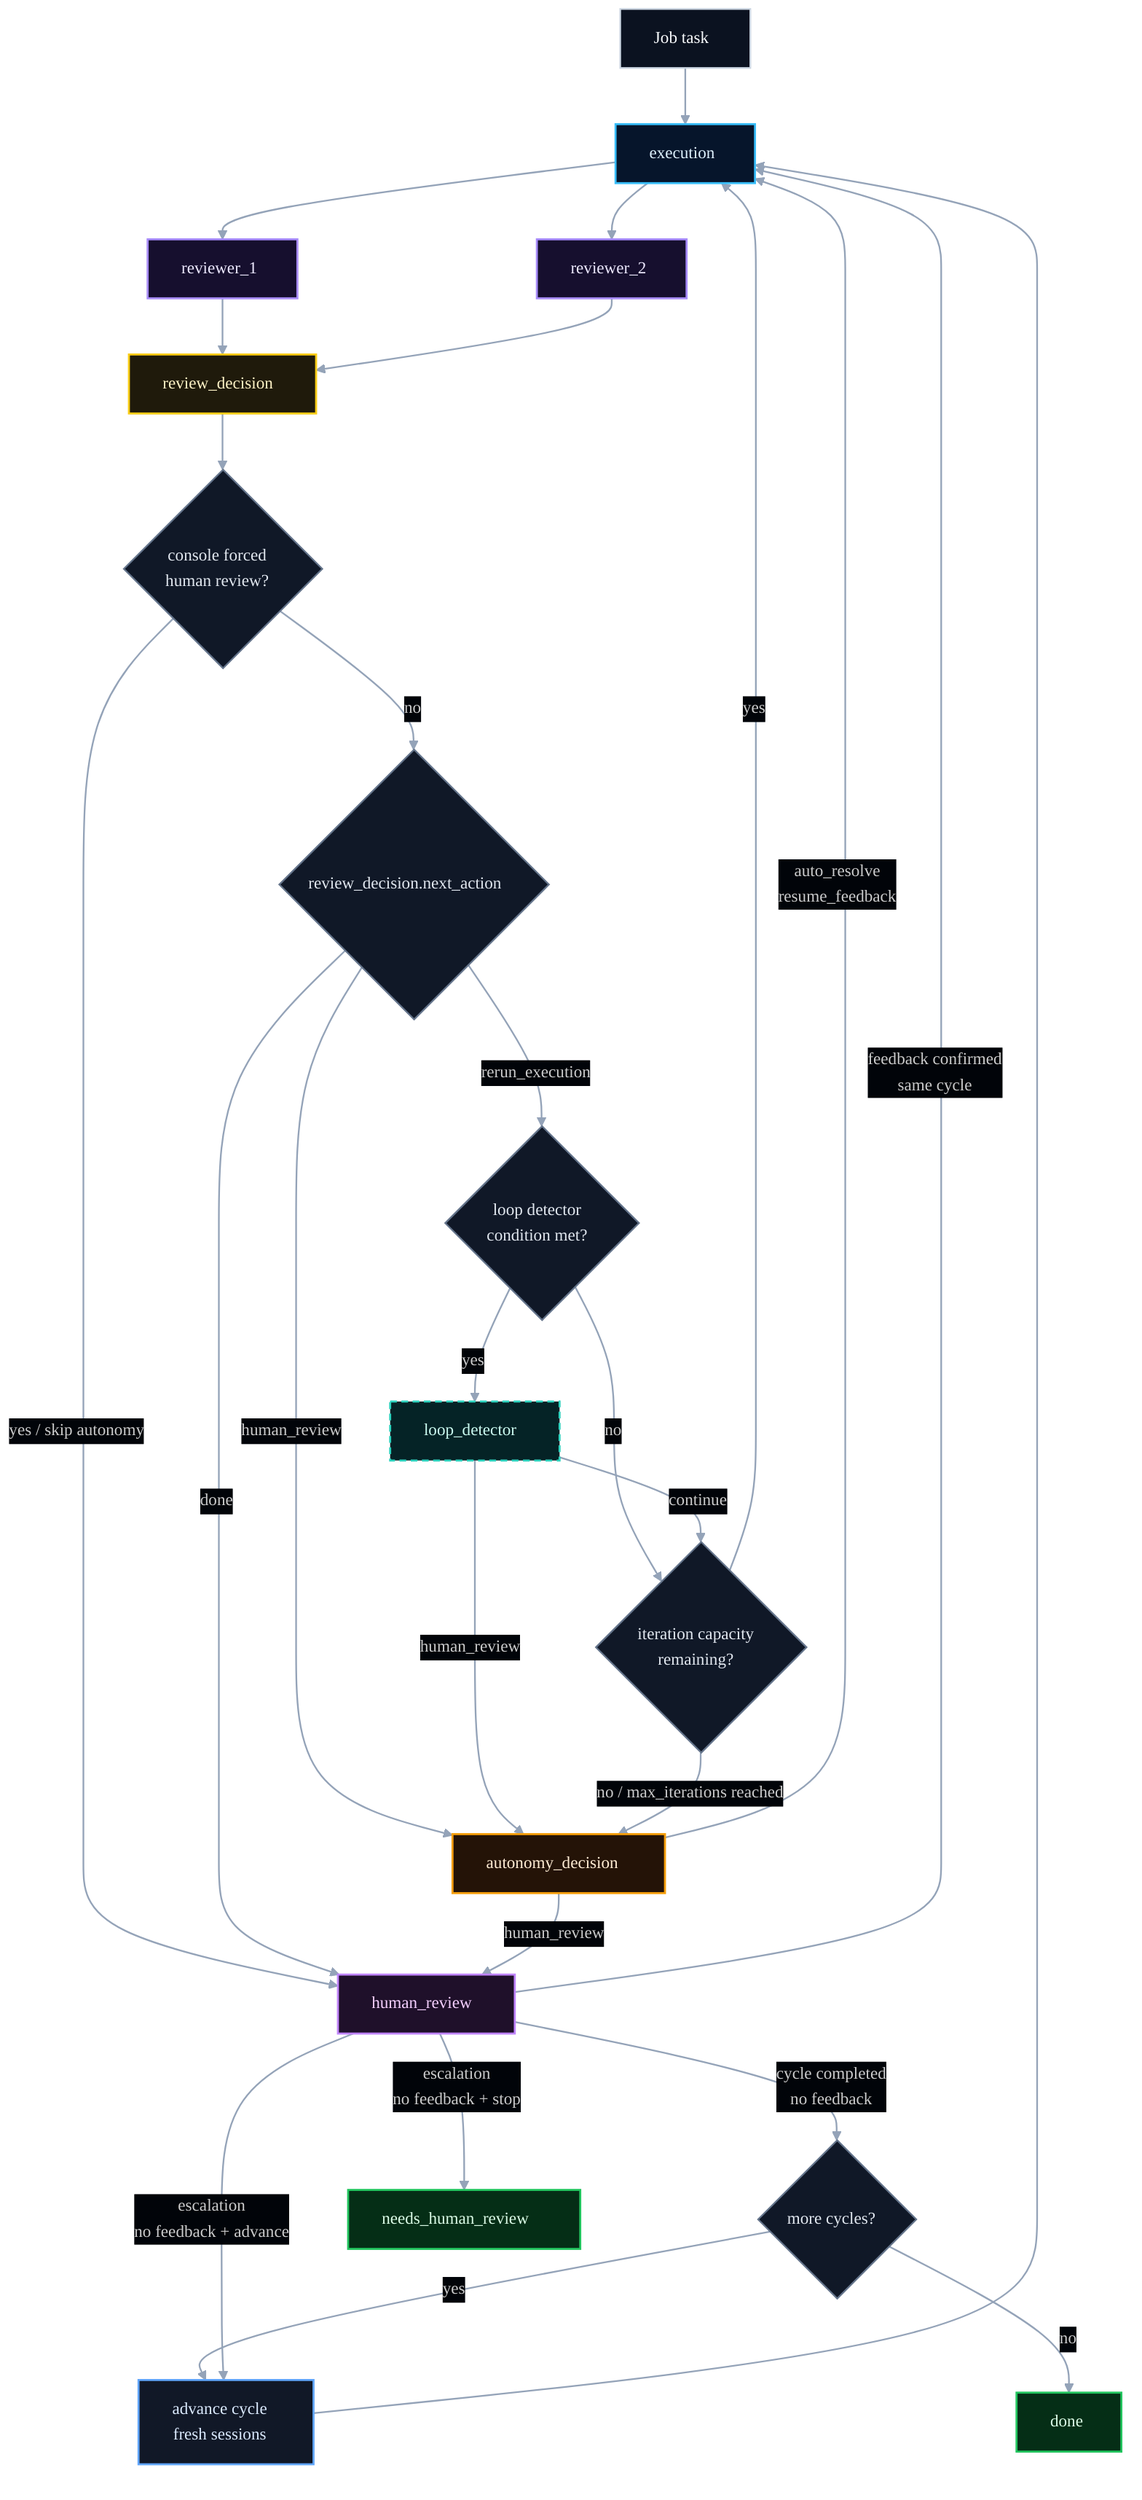
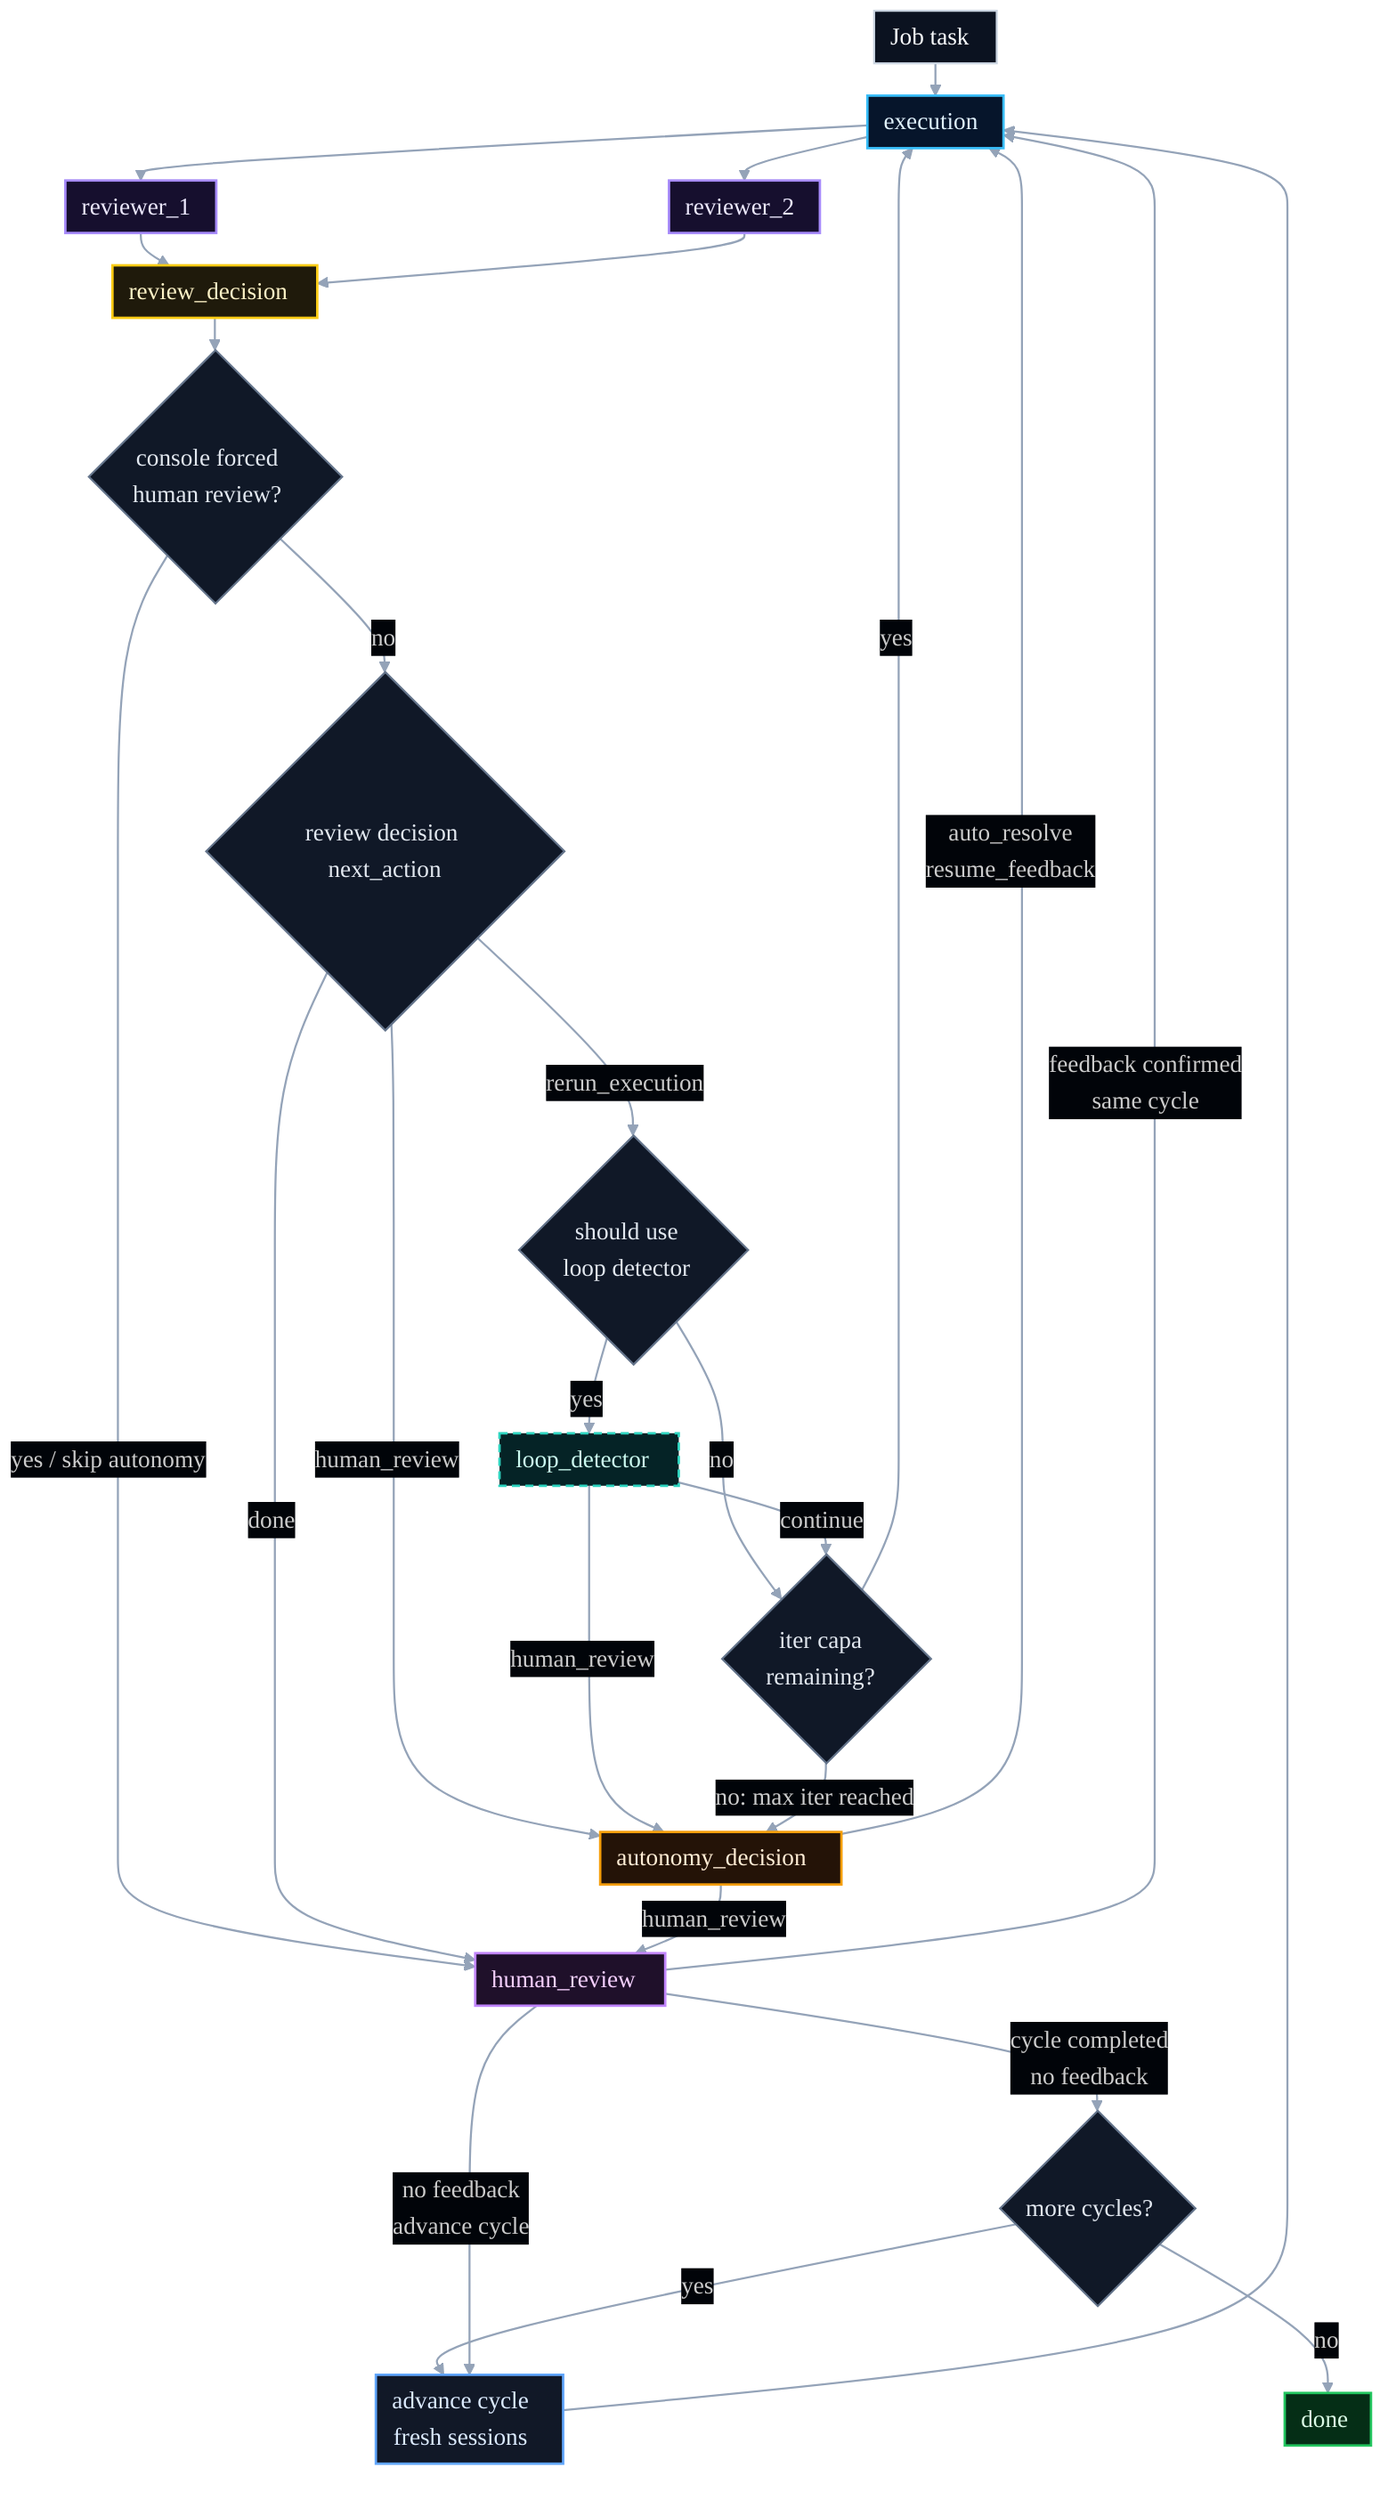
- %%{init: {"theme":"dark","themeVariables":{"background":"#010409","primaryColor":"#0f172a","primaryTextColor":"#f8fafc","primaryBorderColor":"#64748b","lineColor":"#94a3b8","secondaryColor":"#111827","tertiaryColor":"#010409","edgeLabelBackground":"#010409","fontFamily":"Inter, ui-sans-serif, system-ui, -apple-system, BlinkMacSystemFont, Segoe UI, sans-serif","fontSize":"15px"},"flowchart":{"htmlLabels":true,"curve":"basis"}}}%%
+ %%{init: {"theme":"dark","themeVariables":{"background":"#010409","primaryColor":"#0f172a","primaryTextColor":"#f8fafc","primaryBorderColor":"#64748b","lineColor":"#94a3b8","secondaryColor":"#111827","tertiaryColor":"#010409","edgeLabelBackground":"#010409","fontFamily":"Inter, ui-sans-serif, system-ui, -apple-system, BlinkMacSystemFont, Segoe UI, sans-serif","fontSize":"18px"},"flowchart":{"htmlLabels":true,"curve":"basis","nodeSpacing":20,"rankSpacing":24,"padding":6}}}%%
flowchart TD
    job[Job task] --> execution[execution]

    execution --> reviewer_1[reviewer_1]
    execution --> reviewer_2[reviewer_2]
    reviewer_1 --> review_decision[review_decision]
    reviewer_2 --> review_decision

    review_decision --> force_check{console forced<br/>human review?}
    force_check -->|yes / skip autonomy| human_review[human_review]
-     force_check -->|no| next_action{review_decision.next_action}
+     force_check -->|no| next_action{review decision next_action}

    next_action -->|done| human_review
    next_action -->|human_review| autonomy_decision[autonomy_decision]
-     next_action -->|rerun_execution| loop_check{loop detector<br/>condition met?}
+     next_action -->|rerun_execution| loop_check{should use<br/>loop detector}

    loop_check -->|yes| loop_detector[loop_detector]
-     loop_check -->|no| iteration_capacity{iteration capacity<br/>remaining?}
+     loop_check -->|no| iteration_capacity{iter capa<br/>remaining?}
    loop_detector -->|continue| iteration_capacity
    loop_detector -->|human_review| autonomy_decision

    iteration_capacity -->|yes| execution
-     iteration_capacity -->|no / max_iterations reached| autonomy_decision
+     iteration_capacity -->|no: max iter reached| autonomy_decision

    autonomy_decision -->|auto_resolve<br/>resume_feedback| execution
    autonomy_decision -->|human_review| human_review

    human_review -->|feedback confirmed<br/>same cycle| execution
    human_review -->|cycle completed<br/>no feedback| cycle_done{more cycles?}
    cycle_done -->|yes| next_cycle[advance cycle<br/>fresh sessions]
    cycle_done -->|no| done[done]

-     human_review -->|escalation<br/>no feedback + advance| next_cycle
-     human_review -->|escalation<br/>no feedback + stop| needs_human_review[needs_human_review]
+     human_review -->|no feedback<br/>advance cycle| next_cycle
+     %% human_review -->|no feedback<br/>stop job<br/>status=needs_human_review| human_review
    next_cycle --> execution

    linkStyle default stroke:#94a3b8,stroke-width:1.5px;

    classDef task fill:#0b1220,stroke:#cbd5e1,stroke-width:1.5px,color:#f8fafc;
    classDef executionAgent fill:#06152b,stroke:#38bdf8,stroke-width:1.8px,color:#e0f2fe;
    classDef reviewer fill:#160f2e,stroke:#a78bfa,stroke-width:1.8px,color:#ede9fe;
    classDef adjudicator fill:#1f1a0b,stroke:#facc15,stroke-width:1.8px,color:#fef3c7;
    classDef guard fill:#101827,stroke:#64748b,stroke-width:1.5px,color:#e2e8f0;
    classDef loop fill:#052326,stroke:#2dd4bf,stroke-width:1.8px,color:#ccfbf1,stroke-dasharray:6 4;
    classDef autonomy fill:#241307,stroke:#f59e0b,stroke-width:1.8px,color:#ffedd5;
    classDef human fill:#1f102a,stroke:#c084fc,stroke-width:1.8px,color:#f5d0fe;
    classDef cycle fill:#111827,stroke:#60a5fa,stroke-width:1.8px,color:#dbeafe;
    classDef terminal fill:#052e16,stroke:#22c55e,stroke-width:1.8px,color:#dcfce7;

    class job task;
    class execution executionAgent;
    class reviewer_1,reviewer_2 reviewer;
    class review_decision adjudicator;
    class autonomy_decision autonomy;
    class force_check,next_action,loop_check,iteration_capacity,cycle_done guard;
    class loop_detector loop;
    class human_review human;
    class next_cycle cycle;
-     class done,needs_human_review terminal;
+     class done terminal;
